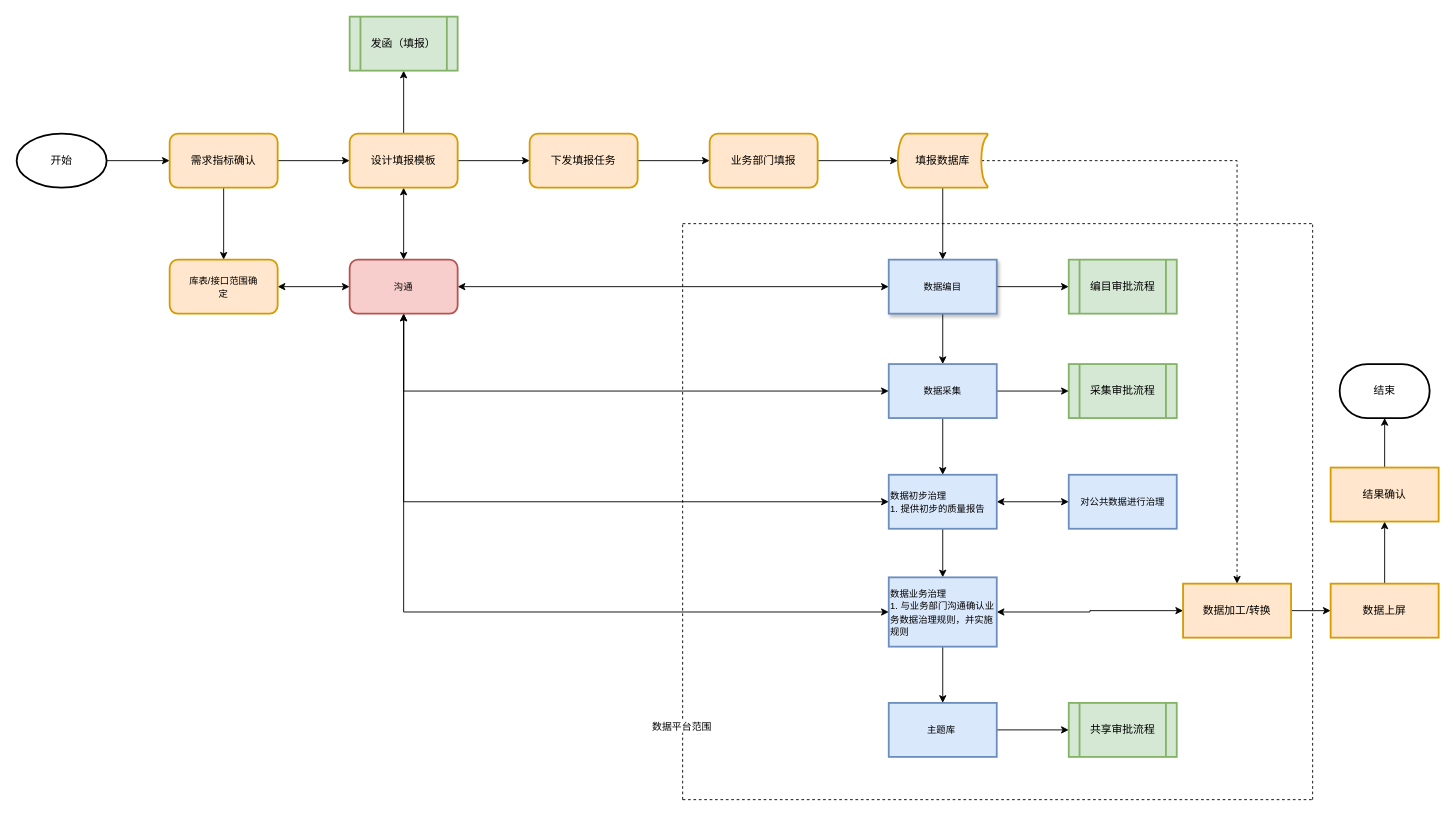
This is uml/未命名绘图.drawio from CIKE-peaked/mylib, a draw.io file, before an edit. Source tidied: cells renumbered, new cells numbered last; positions are measured from the earlier drawing's top-left corner, leaving out a move shared by most shapes. Both pictures are drawn from the tidied source at 90%, with x=0, y=0 at pixel (16, 16).
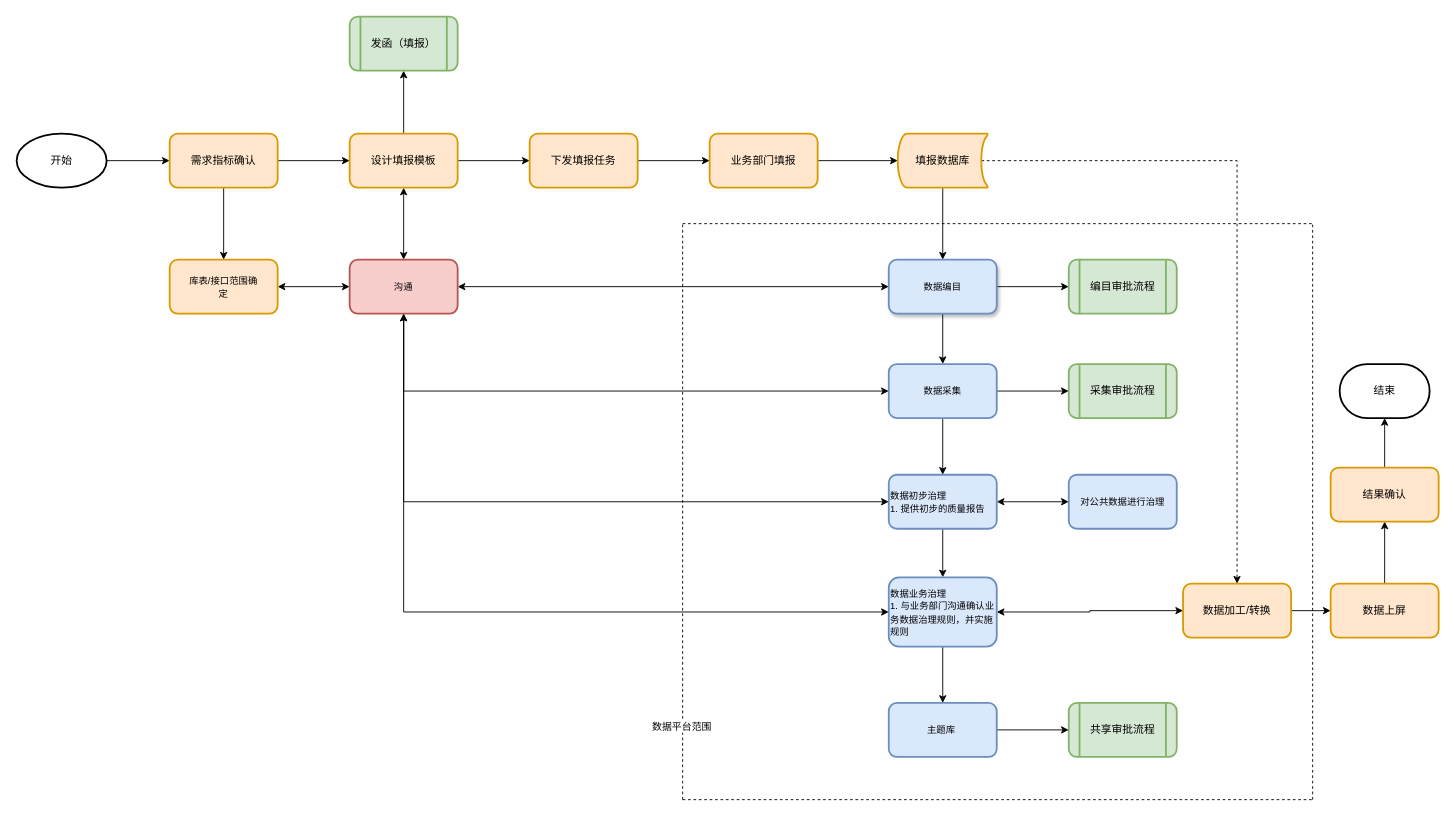
After the change.

Commit message (it also covers changes not shown here):
更新未命名绘图.drawio

Diff of the diagram source:
```diff
@@
-    <mxCell id="27" value="&lt;div&gt;&lt;font face=&quot;榛戜綋&quot;&gt;&lt;span style=&quot;font-size: 10.4px;&quot;&gt;数据编目&lt;/span&gt;&lt;/font&gt;&lt;/div&gt;" style="whiteSpace=wrap;html=1;fillColor=#dae8fc;strokeColor=#6c8ebf;strokeWidth=2;gradientColor=none;shadow=1;rounded=0;glass=0;textShadow=0;" parent="1" vertex="1">
+    <mxCell id="27" value="&lt;div&gt;&lt;font face=&quot;榛戜綋&quot;&gt;&lt;span style=&quot;font-size: 10.4px;&quot;&gt;数据编目&lt;/span&gt;&lt;/font&gt;&lt;/div&gt;" style="whiteSpace=wrap;html=1;fillColor=#dae8fc;strokeColor=#6c8ebf;strokeWidth=2;gradientColor=none;shadow=1;rounded=1;glass=0;textShadow=0;" parent="1" vertex="1">
       <mxGeometry x="969" y="270" width="120" height="60" as="geometry" />
     </mxCell>
@@
-    <mxCell id="30" value="&lt;div&gt;&lt;font face=&quot;榛戜綋&quot;&gt;&lt;span style=&quot;font-size: 10.4px;&quot;&gt;数据采集&lt;/span&gt;&lt;/font&gt;&lt;/div&gt;" style="whiteSpace=wrap;html=1;fillColor=#dae8fc;strokeColor=#6c8ebf;strokeWidth=2;textShadow=0;" parent="1" vertex="1">
+    <mxCell id="30" value="&lt;div&gt;&lt;font face=&quot;榛戜綋&quot;&gt;&lt;span style=&quot;font-size: 10.4px;&quot;&gt;数据采集&lt;/span&gt;&lt;/font&gt;&lt;/div&gt;" style="whiteSpace=wrap;html=1;fillColor=#dae8fc;strokeColor=#6c8ebf;strokeWidth=2;textShadow=0;rounded=1;" parent="1" vertex="1">
       <mxGeometry x="969" y="386" width="120" height="60" as="geometry" />
     </mxCell>
@@
-    <mxCell id="33" value="&lt;div&gt;&lt;font face=&quot;榛戜綋&quot;&gt;&lt;span style=&quot;font-size: 10.4px;&quot;&gt;数据初步治理&lt;/span&gt;&lt;/font&gt;&lt;/div&gt;&lt;div&gt;&lt;font face=&quot;榛戜綋&quot;&gt;&lt;span style=&quot;font-size: 10.4px;&quot;&gt;1. 提供初步的质量报告&lt;/span&gt;&lt;/font&gt;&lt;/div&gt;" style="whiteSpace=wrap;html=1;fillColor=#dae8fc;strokeColor=#6c8ebf;strokeWidth=2;align=left;textShadow=0;" parent="1" vertex="1">
+    <mxCell id="33" value="&lt;div&gt;&lt;font face=&quot;榛戜綋&quot;&gt;&lt;span style=&quot;font-size: 10.4px;&quot;&gt;数据初步治理&lt;/span&gt;&lt;/font&gt;&lt;/div&gt;&lt;div&gt;&lt;font face=&quot;榛戜綋&quot;&gt;&lt;span style=&quot;font-size: 10.4px;&quot;&gt;1. 提供初步的质量报告&lt;/span&gt;&lt;/font&gt;&lt;/div&gt;" style="whiteSpace=wrap;html=1;fillColor=#dae8fc;strokeColor=#6c8ebf;strokeWidth=2;align=left;textShadow=0;rounded=1;" parent="1" vertex="1">
       <mxGeometry x="969" y="509" width="120" height="60" as="geometry" />
     </mxCell>
@@
-    <mxCell id="36" value="&lt;div&gt;&lt;font face=&quot;榛戜綋&quot;&gt;&lt;span style=&quot;font-size: 10.4px;&quot;&gt;数据业务治理&lt;/span&gt;&lt;/font&gt;&lt;/div&gt;&lt;div&gt;&lt;font face=&quot;榛戜綋&quot;&gt;&lt;span style=&quot;font-size: 10.4px;&quot;&gt;1. 与业务部门沟通确认业务数据治理规则，并实施规则&lt;/span&gt;&lt;/font&gt;&lt;/div&gt;" style="whiteSpace=wrap;html=1;fillColor=#dae8fc;strokeColor=#6c8ebf;strokeWidth=2;align=left;textShadow=0;" parent="1" vertex="1">
+    <mxCell id="36" value="&lt;div&gt;&lt;font face=&quot;榛戜綋&quot;&gt;&lt;span style=&quot;font-size: 10.4px;&quot;&gt;数据业务治理&lt;/span&gt;&lt;/font&gt;&lt;/div&gt;&lt;div&gt;&lt;font face=&quot;榛戜綋&quot;&gt;&lt;span style=&quot;font-size: 10.4px;&quot;&gt;1. 与业务部门沟通确认业务数据治理规则，并实施规则&lt;/span&gt;&lt;/font&gt;&lt;/div&gt;" style="whiteSpace=wrap;html=1;fillColor=#dae8fc;strokeColor=#6c8ebf;strokeWidth=2;align=left;textShadow=0;rounded=1;" parent="1" vertex="1">
       <mxGeometry x="969" y="623" width="120" height="77" as="geometry" />
     </mxCell>
@@
-    <mxCell id="38" value="&lt;div&gt;&lt;span style=&quot;font-size: 7.825pt; font-family: 榛戜綋;&quot;&gt;主题库&amp;nbsp;&lt;/span&gt;&lt;/div&gt;" style="whiteSpace=wrap;html=1;fillColor=#dae8fc;strokeColor=#6c8ebf;strokeWidth=2;textShadow=0;" parent="1" vertex="1">
+    <mxCell id="38" value="&lt;div&gt;&lt;span style=&quot;font-size: 7.825pt; font-family: 榛戜綋;&quot;&gt;主题库&amp;nbsp;&lt;/span&gt;&lt;/div&gt;" style="whiteSpace=wrap;html=1;fillColor=#dae8fc;strokeColor=#6c8ebf;strokeWidth=2;textShadow=0;rounded=1;" parent="1" vertex="1">
       <mxGeometry x="969" y="762.5" width="120" height="60" as="geometry" />
     </mxCell>
-    <mxCell id="39" value="编目审批流程" style="shape=process;whiteSpace=wrap;html=1;backgroundOutline=1;fillColor=#d5e8d4;strokeColor=#82b366;strokeWidth=2;textShadow=0;" parent="1" vertex="1">
+    <mxCell id="39" value="编目审批流程" style="shape=process;whiteSpace=wrap;html=1;backgroundOutline=1;fillColor=#d5e8d4;strokeColor=#82b366;strokeWidth=2;textShadow=0;rounded=1;" parent="1" vertex="1">
       <mxGeometry x="1169" y="270" width="120" height="60" as="geometry" />
     </mxCell>
-    <mxCell id="40" value="发函（填报）" style="shape=process;whiteSpace=wrap;html=1;backgroundOutline=1;fillColor=#d5e8d4;strokeColor=#82b366;strokeWidth=2;textShadow=0;" parent="1" vertex="1">
+    <mxCell id="40" value="发函（填报）" style="shape=process;whiteSpace=wrap;html=1;backgroundOutline=1;fillColor=#d5e8d4;strokeColor=#82b366;strokeWidth=2;textShadow=0;rounded=1;" parent="1" vertex="1">
       <mxGeometry x="370" width="120" height="60" as="geometry" />
     </mxCell>
-    <mxCell id="41" value="采集审批流程" style="shape=process;whiteSpace=wrap;html=1;backgroundOutline=1;fillColor=#d5e8d4;strokeColor=#82b366;strokeWidth=2;textShadow=0;" parent="1" vertex="1">
+    <mxCell id="41" value="采集审批流程" style="shape=process;whiteSpace=wrap;html=1;backgroundOutline=1;fillColor=#d5e8d4;strokeColor=#82b366;strokeWidth=2;textShadow=0;rounded=1;" parent="1" vertex="1">
       <mxGeometry x="1169" y="386" width="120" height="60" as="geometry" />
     </mxCell>
-    <mxCell id="42" value="共享审批流程" style="shape=process;whiteSpace=wrap;html=1;backgroundOutline=1;fillColor=#d5e8d4;strokeColor=#82b366;strokeWidth=2;textShadow=0;" parent="1" vertex="1">
+    <mxCell id="42" value="共享审批流程" style="shape=process;whiteSpace=wrap;html=1;backgroundOutline=1;fillColor=#d5e8d4;strokeColor=#82b366;strokeWidth=2;textShadow=0;rounded=1;" parent="1" vertex="1">
       <mxGeometry x="1169" y="762.5" width="120" height="60" as="geometry" />
     </mxCell>
@@
-    <mxCell id="44" value="数据加工/转换" style="whiteSpace=wrap;html=1;fillColor=#ffe6cc;strokeColor=#d79b00;strokeWidth=2;textShadow=0;" parent="1" vertex="1">
+    <mxCell id="44" value="数据加工/转换" style="whiteSpace=wrap;html=1;fillColor=#ffe6cc;strokeColor=#d79b00;strokeWidth=2;textShadow=0;rounded=1;" parent="1" vertex="1">
       <mxGeometry x="1296" y="630" width="120" height="60" as="geometry" />
     </mxCell>
@@
-    <mxCell id="46" value="数据上屏" style="whiteSpace=wrap;html=1;fillColor=#ffe6cc;strokeColor=#d79b00;strokeWidth=2;textShadow=0;" parent="1" vertex="1">
+    <mxCell id="46" value="数据上屏" style="whiteSpace=wrap;html=1;fillColor=#ffe6cc;strokeColor=#d79b00;strokeWidth=2;textShadow=0;rounded=1;" parent="1" vertex="1">
       <mxGeometry x="1460" y="630" width="120" height="60" as="geometry" />
     </mxCell>
@@
-    <mxCell id="48" value="&lt;div&gt;&lt;span style=&quot;background-color: initial;&quot;&gt;结果确认&lt;/span&gt;&lt;br&gt;&lt;/div&gt;" style="whiteSpace=wrap;html=1;fillColor=#ffe6cc;strokeColor=#d79b00;strokeWidth=2;textShadow=0;" parent="1" vertex="1">
+    <mxCell id="48" value="&lt;div&gt;&lt;span style=&quot;background-color: initial;&quot;&gt;结果确认&lt;/span&gt;&lt;br&gt;&lt;/div&gt;" style="whiteSpace=wrap;html=1;fillColor=#ffe6cc;strokeColor=#d79b00;strokeWidth=2;textShadow=0;rounded=1;" parent="1" vertex="1">
       <mxGeometry x="1460" y="501" width="120" height="60" as="geometry" />
     </mxCell>
-    <mxCell id="49" value="&lt;font face=&quot;榛戜綋&quot;&gt;&lt;span style=&quot;font-size: 10.4px;&quot;&gt;对公共数据进行治理&lt;/span&gt;&lt;/font&gt;" style="whiteSpace=wrap;html=1;fillColor=#dae8fc;strokeColor=#6c8ebf;strokeWidth=2;align=center;textShadow=0;" parent="1" vertex="1">
+    <mxCell id="49" value="&lt;font face=&quot;榛戜綋&quot;&gt;&lt;span style=&quot;font-size: 10.4px;&quot;&gt;对公共数据进行治理&lt;/span&gt;&lt;/font&gt;" style="whiteSpace=wrap;html=1;fillColor=#dae8fc;strokeColor=#6c8ebf;strokeWidth=2;align=center;textShadow=0;rounded=1;" parent="1" vertex="1">
       <mxGeometry x="1169" y="509" width="120" height="60" as="geometry" />
     </mxCell>
```
